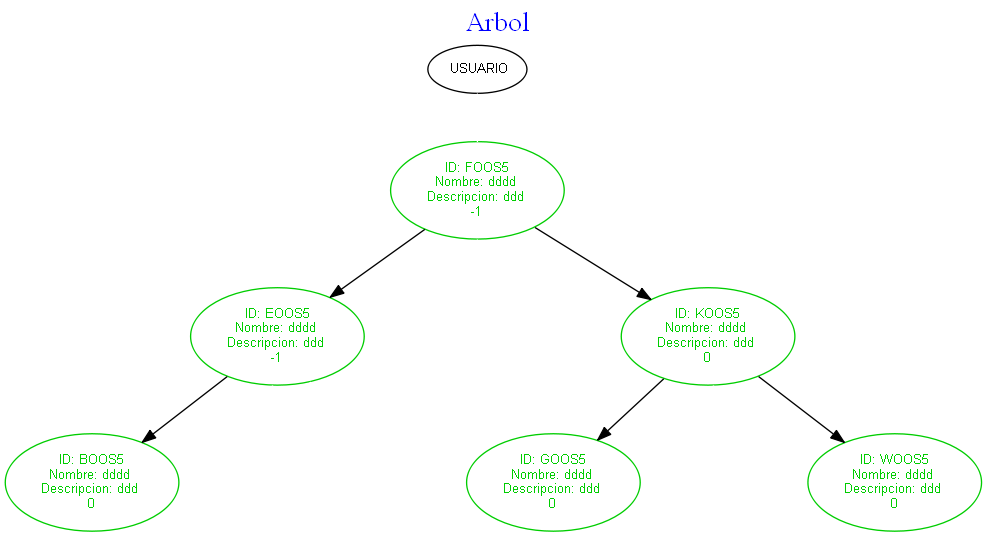
Above: P1_VJ2020/ReporteAVL.png in KimberlyEstupe/P1_VJ2020 (Graphviz), before the change. Its source is kept beside it as P1_VJ2020/ReporteAVL.dot.
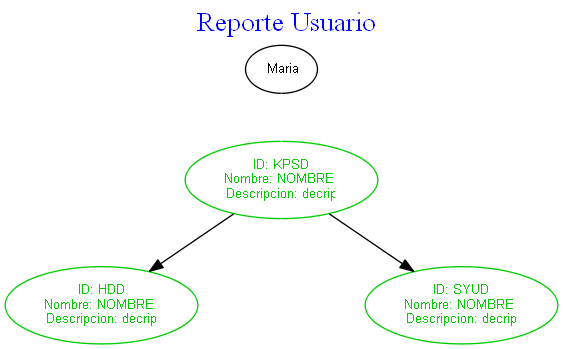
The same diagram one commit later.

Change to the diagram source:
```diff
@@ -2,47 +2,23 @@
 rankdir = Lista;
 node [shape = ellipse fontname="Arial" fontsize="10"]
 graph [nodesep = 0.5]
-label = < <font color='blue'> <font point-size='20'> Arbol </font></font>>;
+label = < <font color='blue'> <font point-size='20'> Reporte Usuario </font></font>>;
 labelloc = "t";
-Nusuario -> NFOOS5[color=white];
- NEOOS5 -> NBOOS5;
- NEOOS5 -> MEOOS5[color=white];
- NEOOS5 -> DEOOS5[color=white];
- NFOOS5 -> NEOOS5;
- NFOOS5 -> MFOOS5[color=white];
- NFOOS5 -> NKOOS5;
- NKOOS5 -> NGOOS5;
- NKOOS5 -> MKOOS5[color=white];
- NKOOS5 -> NWOOS5;
+Nusuario -> NKPSD[color=white];
+ NKPSD -> NHDD;
+ NKPSD -> MKPSD[color=white];
+ NKPSD -> NSYUD;
 
-Nusuario [label=" USUARIO"];
- NBOOS5 [label=" ID: BOOS5
-Nombre: dddd
-Descripcion: ddd
-0", color=green3, fontcolor=green3];
- NEOOS5 [label=" ID: EOOS5
-Nombre: dddd
-Descripcion: ddd
--1", color=green3, fontcolor=green3];
- MEOOS5 [label=" Invis", color=white, bgcolor=white, fontcolor=white];
- DEOOS5 [label=" Invis", color=white, bgcolor=white, fontcolor=white];
- NFOOS5 [label=" ID: FOOS5
-Nombre: dddd
-Descripcion: ddd
--1", color=green3, fontcolor=green3];
- MFOOS5 [label=" Invis", color=white, bgcolor=white, fontcolor=white];
- NGOOS5 [label=" ID: GOOS5
-Nombre: dddd
-Descripcion: ddd
-0", color=green3, fontcolor=green3];
- NKOOS5 [label=" ID: KOOS5
-Nombre: dddd
-Descripcion: ddd
-0", color=green3, fontcolor=green3];
- MKOOS5 [label=" Invis", color=white, bgcolor=white, fontcolor=white];
- NWOOS5 [label=" ID: WOOS5
-Nombre: dddd
-Descripcion: ddd
-0", color=green3, fontcolor=green3];
+Nusuario [label=" Maria"];
+ NHDD [label=" ID: HDD
+Nombre: NOMBRE
+Descripcion: decrip", color=green3, fontcolor=green3];
+ NKPSD [label=" ID: KPSD
+Nombre: NOMBRE
+Descripcion: decrip", color=green3, fontcolor=green3];
+ MKPSD [label=" Invis", color=white, bgcolor=white, fontcolor=white];
+ NSYUD [label=" ID: SYUD
+Nombre: NOMBRE
+Descripcion: decrip", color=green3, fontcolor=green3];
 
 }
```
